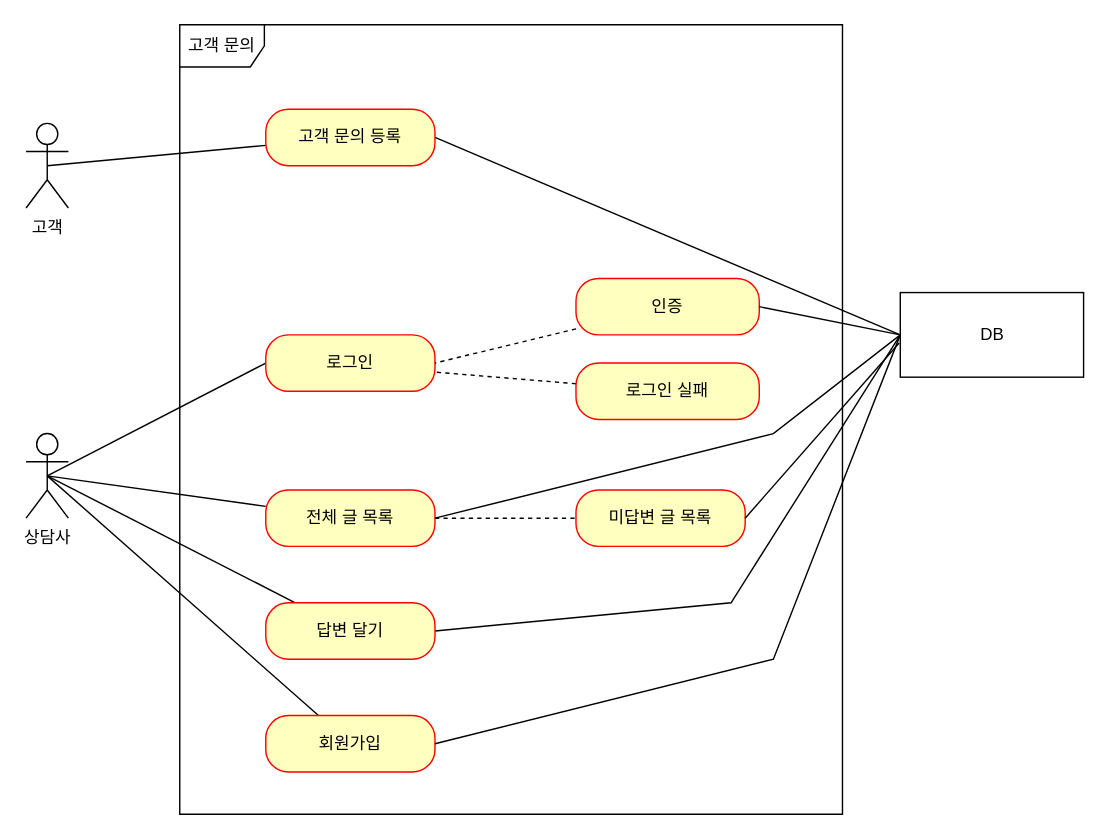
This is 제목 없는 다이어그램.drawio from heoheon-developer/pay-cs-system, a draw.io file, before an edit. Source tidied: cells renumbered, new cells numbered last; positions are measured from the earlier drawing's top-left corner, leaving out a move shared by most shapes. Both pictures are drawn from the tidied source at 141%, with x=0, y=0 at pixel (25, 24).
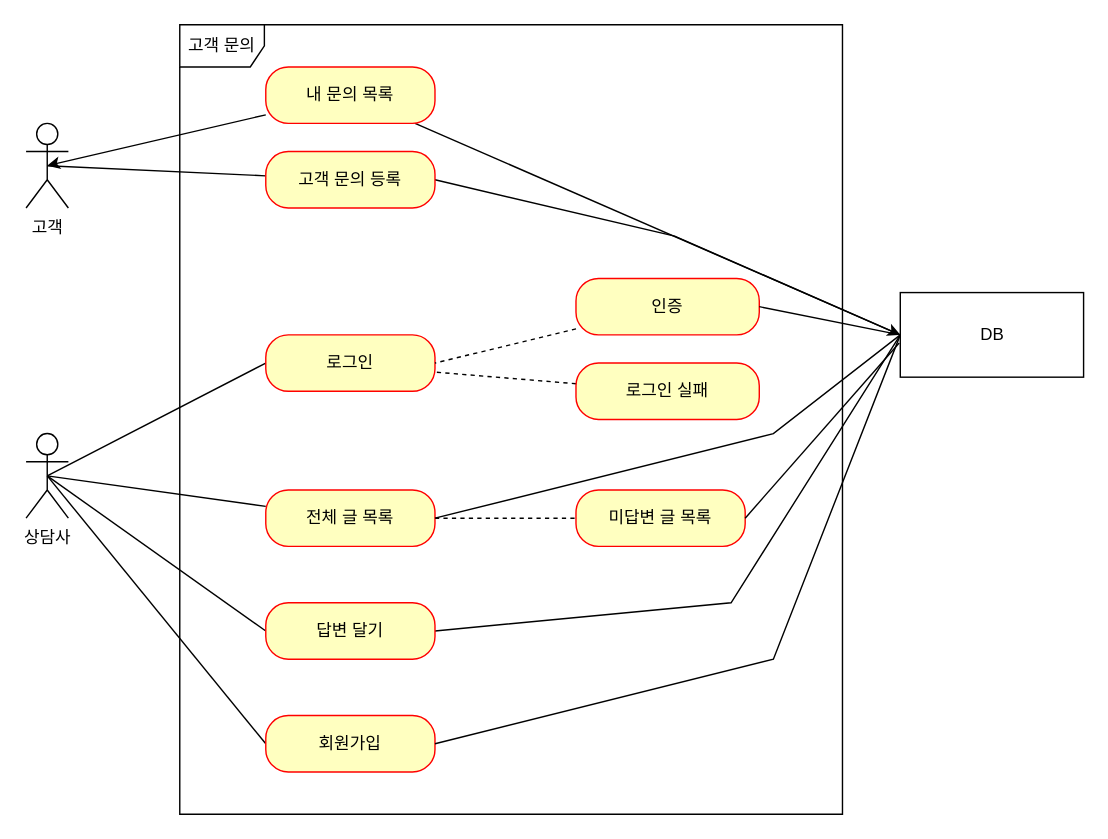
After the change.

Commit message:
제목 없는 다이어그램.drawio 업데이트

Unchanged cells that the change refers to:
```xml
<mxCell id="2" value="고객" style="shape=umlActor;verticalLabelPosition=bottom;verticalAlign=top;html=1;" parent="1" vertex="1">
  <mxGeometry y="70" width="30" height="60" as="geometry" />
</mxCell>
<mxCell id="4" value="상담사" style="shape=umlActor;verticalLabelPosition=bottom;verticalAlign=top;html=1;" parent="1" vertex="1">
  <mxGeometry y="290" width="30" height="60" as="geometry" />
</mxCell>
<mxCell id="11" value="회원가입" style="rounded=1;whiteSpace=wrap;html=1;arcSize=40;fontColor=#000000;fillColor=#ffffc0;strokeColor=#ff0000;" parent="1" vertex="1">
  <mxGeometry x="170" y="490" width="120" height="40" as="geometry" />
</mxCell>
<mxCell id="25" value="DB" style="html=1;" parent="1" vertex="1">
  <mxGeometry x="620" y="190" width="130" height="60" as="geometry" />
</mxCell>
<mxCell id="27" value="답변 달기" style="rounded=1;whiteSpace=wrap;html=1;arcSize=40;fontColor=#000000;fillColor=#ffffc0;strokeColor=#ff0000;" parent="1" vertex="1">
  <mxGeometry x="170" y="410" width="120" height="40" as="geometry" />
</mxCell>
```

Diff of the diagram source:
```diff
@@
     <mxCell id="6" style="edgeStyle=none;rounded=0;jettySize=auto;html=1;entryX=0;entryY=0.5;entryDx=0;entryDy=0;endArrow=none;endFill=0;exitX=1;exitY=0.5;exitDx=0;exitDy=0;" parent="1" edge="1" source="7" target="25">
-      <mxGeometry relative="1" as="geometry" />
+      <mxGeometry relative="1" as="geometry">
+        <Array as="points">
+          <mxPoint x="460" y="150" />
+        </Array>
+      </mxGeometry>
     </mxCell>
     <mxCell id="7" value="고객 문의 등록" style="rounded=1;whiteSpace=wrap;html=1;arcSize=40;fontColor=#000000;fillColor=#ffffc0;strokeColor=#ff0000;" parent="1" vertex="1">
-      <mxGeometry x="170" y="60" width="120" height="40" as="geometry" />
+      <mxGeometry x="170" y="90" width="120" height="40" as="geometry" />
     </mxCell>
@@
-    <mxCell id="10" style="edgeStyle=none;rounded=0;jettySize=auto;html=1;endArrow=none;endFill=0;entryX=0.5;entryY=0.5;entryDx=0;entryDy=0;entryPerimeter=0;" parent="1" edge="1" source="11" target="4">
+    <mxCell id="10" style="edgeStyle=none;rounded=0;jettySize=auto;html=1;endArrow=none;endFill=0;entryX=0.5;entryY=0.5;entryDx=0;entryDy=0;entryPerimeter=0;exitX=0;exitY=0.5;exitDx=0;exitDy=0;" parent="1" edge="1" source="11" target="4">
       <mxGeometry relative="1" as="geometry" />
     </mxCell>
@@
-    <mxCell id="26" style="edgeStyle=none;rounded=0;jettySize=auto;html=1;entryX=0.5;entryY=0.5;entryDx=0;entryDy=0;entryPerimeter=0;endArrow=none;endFill=0;" parent="1" edge="1" source="27" target="4">
+    <mxCell id="26" style="edgeStyle=none;rounded=0;jettySize=auto;html=1;entryX=0.5;entryY=0.5;entryDx=0;entryDy=0;entryPerimeter=0;endArrow=none;endFill=0;exitX=0;exitY=0.5;exitDx=0;exitDy=0;" parent="1" edge="1" source="27" target="4">
       <mxGeometry relative="1" as="geometry" />
     </mxCell>
@@
+    <mxCell id="28" style="rounded=0;jettySize=auto;html=1;entryX=0.5;entryY=0.5;entryDx=0;entryDy=0;entryPerimeter=0;" parent="1" edge="1" source="30" target="2">
+      <mxGeometry relative="1" as="geometry" />
+    </mxCell>
+    <mxCell id="29" style="edgeStyle=none;rounded=0;jettySize=auto;html=1;entryX=0;entryY=0.5;entryDx=0;entryDy=0;" parent="1" edge="1" source="30" target="25">
+      <mxGeometry relative="1" as="geometry" />
+    </mxCell>
+    <mxCell id="30" value="내 문의 목록" style="rounded=1;whiteSpace=wrap;html=1;arcSize=40;fontColor=#000000;fillColor=#ffffc0;strokeColor=#ff0000;" parent="1" vertex="1">
+      <mxGeometry x="170" y="30" width="120" height="40" as="geometry" />
+    </mxCell>
```
